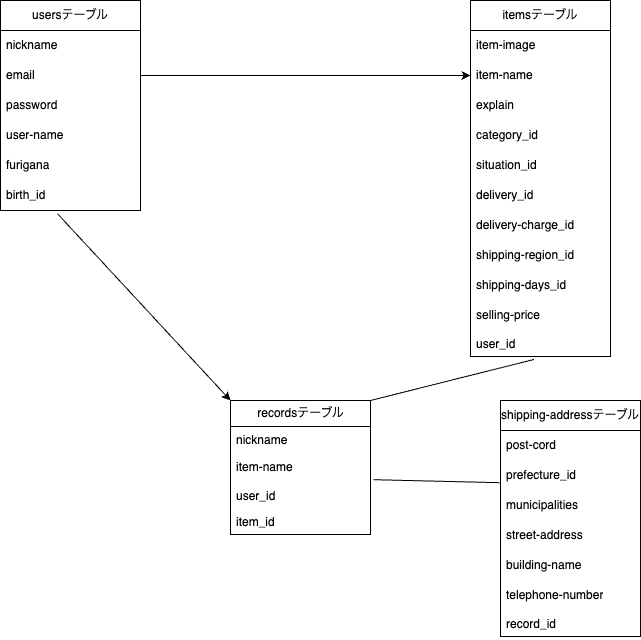
koichan8258/furima-40352 keeps this draw.io diagram as .drawio.png. Above is the earlier version. Source tidied: cells renumbered, new cells last; positions are measured from the earlier drawing's top-left corner, leaving out a move shared by most shapes.
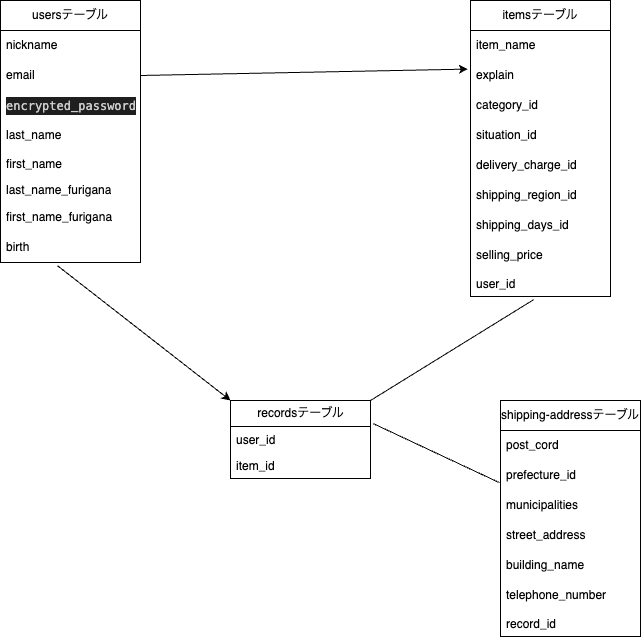
After the change.

Commit message:
ER図、READMEの訂正

Diff of the diagram source:
```diff
@@ -3,7 +3,7 @@
     <mxCell id="0" />
     <mxCell id="1" parent="0" />
     <mxCell id="2" value="usersテーブル" style="swimlane;fontStyle=0;horizontal=1;startSize=30;whiteSpace=wrap;html=1;" parent="1" vertex="1">
-      <mxGeometry width="140" height="210" as="geometry" />
+      <mxGeometry width="140" height="262" as="geometry" />
     </mxCell>
     <mxCell id="3" value="nickname" style="text;strokeColor=none;fillColor=none;align=left;verticalAlign=middle;spacingLeft=4;spacingRight=4;overflow=hidden;whiteSpace=wrap;html=1;" parent="2" vertex="1">
       <mxGeometry y="30" width="140" height="30" as="geometry" />
@@ -11,61 +11,61 @@
     <mxCell id="4" value="email" style="text;strokeColor=none;fillColor=none;align=left;verticalAlign=middle;spacingLeft=4;spacingRight=4;overflow=hidden;points=[[0,0.5],[1,0.5]];portConstraint=eastwest;whiteSpace=wrap;html=1;" parent="2" vertex="1">
       <mxGeometry y="60" width="140" height="30" as="geometry" />
     </mxCell>
-    <mxCell id="5" value="password" style="text;strokeColor=none;fillColor=none;align=left;verticalAlign=middle;spacingLeft=4;spacingRight=4;overflow=hidden;whiteSpace=wrap;html=1;" parent="2" vertex="1">
+    <mxCell id="5" value="&lt;div style=&quot;color: rgb(204, 204, 204); background-color: rgb(31, 31, 31); font-family: Menlo, Monaco, &amp;quot;Courier New&amp;quot;, monospace; line-height: 18px;&quot;&gt;&lt;div style=&quot;line-height: 18px;&quot;&gt;encrypted_password&lt;/div&gt;&lt;/div&gt;" style="text;strokeColor=none;fillColor=none;align=left;verticalAlign=middle;spacingLeft=4;spacingRight=4;overflow=hidden;whiteSpace=wrap;html=1;" parent="2" vertex="1">
       <mxGeometry y="90" width="140" height="30" as="geometry" />
     </mxCell>
-    <mxCell id="6" value="user-name" style="text;strokeColor=none;fillColor=none;align=left;verticalAlign=middle;spacingLeft=4;spacingRight=4;overflow=hidden;whiteSpace=wrap;html=1;" parent="2" vertex="1">
+    <mxCell id="6" value="last_name" style="text;strokeColor=none;fillColor=none;align=left;verticalAlign=middle;spacingLeft=4;spacingRight=4;overflow=hidden;whiteSpace=wrap;html=1;" parent="2" vertex="1">
       <mxGeometry y="120" width="140" height="30" as="geometry" />
     </mxCell>
+    <mxCell id="38" value="first_name" style="text;strokeColor=none;fillColor=none;align=left;verticalAlign=top;spacingLeft=4;spacingRight=4;overflow=hidden;whiteSpace=wrap;html=1;" parent="2" vertex="1">
+      <mxGeometry y="150" width="140" height="26" as="geometry" />
+    </mxCell>
+    <mxCell id="39" value="last_name_furigana" style="text;strokeColor=none;fillColor=none;align=left;verticalAlign=top;spacingLeft=4;spacingRight=4;overflow=hidden;whiteSpace=wrap;html=1;" parent="2" vertex="1">
+      <mxGeometry y="176" width="140" height="26" as="geometry" />
+    </mxCell>
-    <mxCell id="7" value="furigana" style="text;strokeColor=none;fillColor=none;align=left;verticalAlign=middle;spacingLeft=4;spacingRight=4;overflow=hidden;whiteSpace=wrap;html=1;" parent="2" vertex="1">
-      <mxGeometry y="150" width="140" height="30" as="geometry" />
+    <mxCell id="7" value="first_name_furigana" style="text;strokeColor=none;fillColor=none;align=left;verticalAlign=middle;spacingLeft=4;spacingRight=4;overflow=hidden;whiteSpace=wrap;html=1;" parent="2" vertex="1">
+      <mxGeometry y="202" width="140" height="30" as="geometry" />
     </mxCell>
-    <mxCell id="8" value="birth_id" style="text;strokeColor=none;fillColor=none;align=left;verticalAlign=middle;spacingLeft=4;spacingRight=4;overflow=hidden;points=[[0,0.5],[1,0.5]];portConstraint=eastwest;whiteSpace=wrap;html=1;" parent="2" vertex="1">
-      <mxGeometry y="180" width="140" height="30" as="geometry" />
+    <mxCell id="8" value="birth" style="text;strokeColor=none;fillColor=none;align=left;verticalAlign=middle;spacingLeft=4;spacingRight=4;overflow=hidden;points=[[0,0.5],[1,0.5]];portConstraint=eastwest;whiteSpace=wrap;html=1;" parent="2" vertex="1">
+      <mxGeometry y="232" width="140" height="30" as="geometry" />
     </mxCell>
     <mxCell id="9" value="itemsテーブル" style="swimlane;fontStyle=0;horizontal=1;startSize=30;whiteSpace=wrap;html=1;" parent="1" vertex="1">
-      <mxGeometry x="470" width="140" height="356" as="geometry" />
+      <mxGeometry x="470" width="140" height="296" as="geometry" />
     </mxCell>
-    <mxCell id="10" value="item-image" style="text;strokeColor=none;fillColor=none;align=left;verticalAlign=middle;spacingLeft=4;spacingRight=4;overflow=hidden;whiteSpace=wrap;html=1;" parent="9" vertex="1">
-      <mxGeometry y="30" width="140" height="30" as="geometry" />
-    </mxCell>
-    <mxCell id="11" value="item-name" style="text;strokeColor=none;fillColor=none;align=left;verticalAlign=middle;spacingLeft=4;spacingRight=4;overflow=hidden;points=[[0,0.5],[1,0.5]];portConstraint=eastwest;whiteSpace=wrap;html=1;" parent="9" vertex="1">
-      <mxGeometry y="60" width="140" height="30" as="geometry" />
+    <mxCell id="11" value="item_name" style="text;strokeColor=none;fillColor=none;align=left;verticalAlign=middle;spacingLeft=4;spacingRight=4;overflow=hidden;points=[[0,0.5],[1,0.5]];portConstraint=eastwest;whiteSpace=wrap;html=1;" parent="9" vertex="1">
+      <mxGeometry y="30" width="140" height="30" as="geometry" />
     </mxCell>
     <mxCell id="12" value="explain" style="text;strokeColor=none;fillColor=none;align=left;verticalAlign=middle;spacingLeft=4;spacingRight=4;overflow=hidden;points=[[0,0.5],[1,0.5]];portConstraint=eastwest;whiteSpace=wrap;html=1;" parent="9" vertex="1">
-      <mxGeometry y="90" width="140" height="30" as="geometry" />
+      <mxGeometry y="60" width="140" height="30" as="geometry" />
     </mxCell>
     <mxCell id="13" value="category_id" style="text;strokeColor=none;fillColor=none;align=left;verticalAlign=middle;spacingLeft=4;spacingRight=4;overflow=hidden;whiteSpace=wrap;html=1;" parent="9" vertex="1">
-      <mxGeometry y="120" width="140" height="30" as="geometry" />
+      <mxGeometry y="90" width="140" height="30" as="geometry" />
     </mxCell>
     <mxCell id="14" value="situation_id" style="text;strokeColor=none;fillColor=none;align=left;verticalAlign=middle;spacingLeft=4;spacingRight=4;overflow=hidden;whiteSpace=wrap;html=1;" parent="9" vertex="1">
-      <mxGeometry y="150" width="140" height="30" as="geometry" />
+      <mxGeometry y="120" width="140" height="30" as="geometry" />
     </mxCell>
-    <mxCell id="15" value="delivery_id" style="text;strokeColor=none;fillColor=none;align=left;verticalAlign=middle;spacingLeft=4;spacingRight=4;overflow=hidden;whiteSpace=wrap;html=1;" parent="9" vertex="1">
-      <mxGeometry y="180" width="140" height="30" as="geometry" />
-    </mxCell>
-    <mxCell id="16" value="delivery-charge_id" style="text;strokeColor=none;fillColor=none;align=left;verticalAlign=middle;spacingLeft=4;spacingRight=4;overflow=hidden;whiteSpace=wrap;html=1;" parent="9" vertex="1">
-      <mxGeometry y="210" width="140" height="30" as="geometry" />
+    <mxCell id="16" value="delivery_charge_id" style="text;strokeColor=none;fillColor=none;align=left;verticalAlign=middle;spacingLeft=4;spacingRight=4;overflow=hidden;whiteSpace=wrap;html=1;" parent="9" vertex="1">
+      <mxGeometry y="150" width="140" height="30" as="geometry" />
     </mxCell>
-    <mxCell id="17" value="shipping-region_id" style="text;strokeColor=none;fillColor=none;align=left;verticalAlign=middle;spacingLeft=4;spacingRight=4;overflow=hidden;whiteSpace=wrap;html=1;" parent="9" vertex="1">
-      <mxGeometry y="240" width="140" height="30" as="geometry" />
+    <mxCell id="17" value="shipping_region_id" style="text;strokeColor=none;fillColor=none;align=left;verticalAlign=middle;spacingLeft=4;spacingRight=4;overflow=hidden;whiteSpace=wrap;html=1;" parent="9" vertex="1">
+      <mxGeometry y="180" width="140" height="30" as="geometry" />
     </mxCell>
-    <mxCell id="18" value="shipping-days_id" style="text;strokeColor=none;fillColor=none;align=left;verticalAlign=middle;spacingLeft=4;spacingRight=4;overflow=hidden;whiteSpace=wrap;html=1;" parent="9" vertex="1">
-      <mxGeometry y="270" width="140" height="30" as="geometry" />
+    <mxCell id="18" value="shipping_days_id" style="text;strokeColor=none;fillColor=none;align=left;verticalAlign=middle;spacingLeft=4;spacingRight=4;overflow=hidden;whiteSpace=wrap;html=1;" parent="9" vertex="1">
+      <mxGeometry y="210" width="140" height="30" as="geometry" />
     </mxCell>
-    <mxCell id="19" value="selling-price" style="text;strokeColor=none;fillColor=none;align=left;verticalAlign=middle;spacingLeft=4;spacingRight=4;overflow=hidden;whiteSpace=wrap;html=1;" parent="9" vertex="1">
-      <mxGeometry y="300" width="140" height="30" as="geometry" />
+    <mxCell id="19" value="selling_price" style="text;strokeColor=none;fillColor=none;align=left;verticalAlign=middle;spacingLeft=4;spacingRight=4;overflow=hidden;whiteSpace=wrap;html=1;" parent="9" vertex="1">
+      <mxGeometry y="240" width="140" height="30" as="geometry" />
     </mxCell>
     <mxCell id="20" value="user_id" style="text;strokeColor=none;fillColor=none;align=left;verticalAlign=top;spacingLeft=4;spacingRight=4;overflow=hidden;points=[[0,0.5],[1,0.5]];portConstraint=eastwest;whiteSpace=wrap;html=1;" parent="9" vertex="1">
-      <mxGeometry y="330" width="140" height="26" as="geometry" />
+      <mxGeometry y="270" width="140" height="26" as="geometry" />
     </mxCell>
-    <mxCell id="21" style="endArrow=classic;html=1;exitX=1;exitY=0.5;exitDx=0;exitDy=0;entryX=0;entryY=0.5;entryDx=0;entryDy=0;" parent="1" edge="1" source="4" target="11">
+    <mxCell id="21" style="endArrow=classic;html=1;exitX=1;exitY=0.5;exitDx=0;exitDy=0;entryX=-0.019;entryY=0.287;entryDx=0;entryDy=0;entryPerimeter=0;" parent="1" edge="1" source="4" target="12">
       <mxGeometry relative="1" as="geometry" />
     </mxCell>
     <mxCell id="22" value="shipping-addressテーブル" style="swimlane;fontStyle=0;horizontal=1;startSize=30;whiteSpace=wrap;html=1;" parent="1" vertex="1">
       <mxGeometry x="500" y="400" width="140" height="236" as="geometry" />
     </mxCell>
-    <mxCell id="23" value="post-cord" style="text;strokeColor=none;fillColor=none;align=left;verticalAlign=middle;spacingLeft=4;spacingRight=4;overflow=hidden;whiteSpace=wrap;html=1;" parent="22" vertex="1">
+    <mxCell id="23" value="post_cord" style="text;strokeColor=none;fillColor=none;align=left;verticalAlign=middle;spacingLeft=4;spacingRight=4;overflow=hidden;whiteSpace=wrap;html=1;" parent="22" vertex="1">
       <mxGeometry y="30" width="140" height="30" as="geometry" />
     </mxCell>
     <mxCell id="24" value="prefecture_id" style="text;strokeColor=none;fillColor=none;align=left;verticalAlign=middle;spacingLeft=4;spacingRight=4;overflow=hidden;points=[[0,0.5],[1,0.5]];portConstraint=eastwest;whiteSpace=wrap;html=1;" parent="22" vertex="1">
@@ -74,32 +74,26 @@
     <mxCell id="25" value="municipalities" style="text;strokeColor=none;fillColor=none;align=left;verticalAlign=middle;spacingLeft=4;spacingRight=4;overflow=hidden;whiteSpace=wrap;html=1;" parent="22" vertex="1">
       <mxGeometry y="90" width="140" height="30" as="geometry" />
     </mxCell>
-    <mxCell id="26" value="street-address" style="text;strokeColor=none;fillColor=none;align=left;verticalAlign=middle;spacingLeft=4;spacingRight=4;overflow=hidden;whiteSpace=wrap;html=1;" parent="22" vertex="1">
+    <mxCell id="26" value="street_address" style="text;strokeColor=none;fillColor=none;align=left;verticalAlign=middle;spacingLeft=4;spacingRight=4;overflow=hidden;whiteSpace=wrap;html=1;" parent="22" vertex="1">
       <mxGeometry y="120" width="140" height="30" as="geometry" />
     </mxCell>
-    <mxCell id="27" value="building-name" style="text;strokeColor=none;fillColor=none;align=left;verticalAlign=middle;spacingLeft=4;spacingRight=4;overflow=hidden;whiteSpace=wrap;html=1;" parent="22" vertex="1">
+    <mxCell id="27" value="building_name" style="text;strokeColor=none;fillColor=none;align=left;verticalAlign=middle;spacingLeft=4;spacingRight=4;overflow=hidden;whiteSpace=wrap;html=1;" parent="22" vertex="1">
       <mxGeometry y="150" width="140" height="30" as="geometry" />
     </mxCell>
-    <mxCell id="28" value="telephone-number" style="text;strokeColor=none;fillColor=none;align=left;verticalAlign=middle;spacingLeft=4;spacingRight=4;overflow=hidden;whiteSpace=wrap;html=1;" parent="22" vertex="1">
+    <mxCell id="28" value="telephone_number" style="text;strokeColor=none;fillColor=none;align=left;verticalAlign=middle;spacingLeft=4;spacingRight=4;overflow=hidden;whiteSpace=wrap;html=1;" parent="22" vertex="1">
       <mxGeometry y="180" width="140" height="30" as="geometry" />
     </mxCell>
     <mxCell id="29" value="record_id" style="text;strokeColor=none;fillColor=none;align=left;verticalAlign=top;spacingLeft=4;spacingRight=4;overflow=hidden;whiteSpace=wrap;html=1;" parent="22" vertex="1">
       <mxGeometry y="210" width="140" height="26" as="geometry" />
     </mxCell>
     <mxCell id="30" value="recordsテーブル" style="swimlane;fontStyle=0;horizontal=1;startSize=26;fillColor=none;html=1;" parent="1" vertex="1">
-      <mxGeometry x="230" y="400" width="140" height="134" as="geometry" />
+      <mxGeometry x="230" y="400" width="140" height="78" as="geometry" />
     </mxCell>
-    <mxCell id="31" value="nickname" style="text;strokeColor=none;fillColor=none;align=left;verticalAlign=top;spacingLeft=4;spacingRight=4;overflow=hidden;whiteSpace=wrap;html=1;" parent="30" vertex="1">
-      <mxGeometry y="26" width="140" height="26" as="geometry" />
-    </mxCell>
-    <mxCell id="32" value="item-name" style="text;strokeColor=none;fillColor=none;align=left;verticalAlign=middle;spacingLeft=4;spacingRight=4;overflow=hidden;whiteSpace=wrap;html=1;" parent="30" vertex="1">
-      <mxGeometry y="52" width="140" height="30" as="geometry" />
-    </mxCell>
     <mxCell id="33" value="user_id" style="text;strokeColor=none;fillColor=none;align=left;verticalAlign=top;spacingLeft=4;spacingRight=4;overflow=hidden;points=[[0,0.5],[1,0.5]];portConstraint=eastwest;whiteSpace=wrap;html=1;" parent="30" vertex="1">
-      <mxGeometry y="82" width="140" height="26" as="geometry" />
+      <mxGeometry y="26" width="140" height="26" as="geometry" />
     </mxCell>
     <mxCell id="34" value="item_id" style="text;strokeColor=none;fillColor=none;align=left;verticalAlign=top;spacingLeft=4;spacingRight=4;overflow=hidden;whiteSpace=wrap;html=1;" parent="30" vertex="1">
-      <mxGeometry y="108" width="140" height="26" as="geometry" />
+      <mxGeometry y="52" width="140" height="26" as="geometry" />
     </mxCell>
     <mxCell id="35" style="endArrow=none;html=1;entryX=0.453;entryY=1.115;entryDx=0;entryDy=0;entryPerimeter=0;exitX=1;exitY=0;exitDx=0;exitDy=0;" parent="1" edge="1" source="30" target="20">
       <mxGeometry relative="1" as="geometry" />
```
